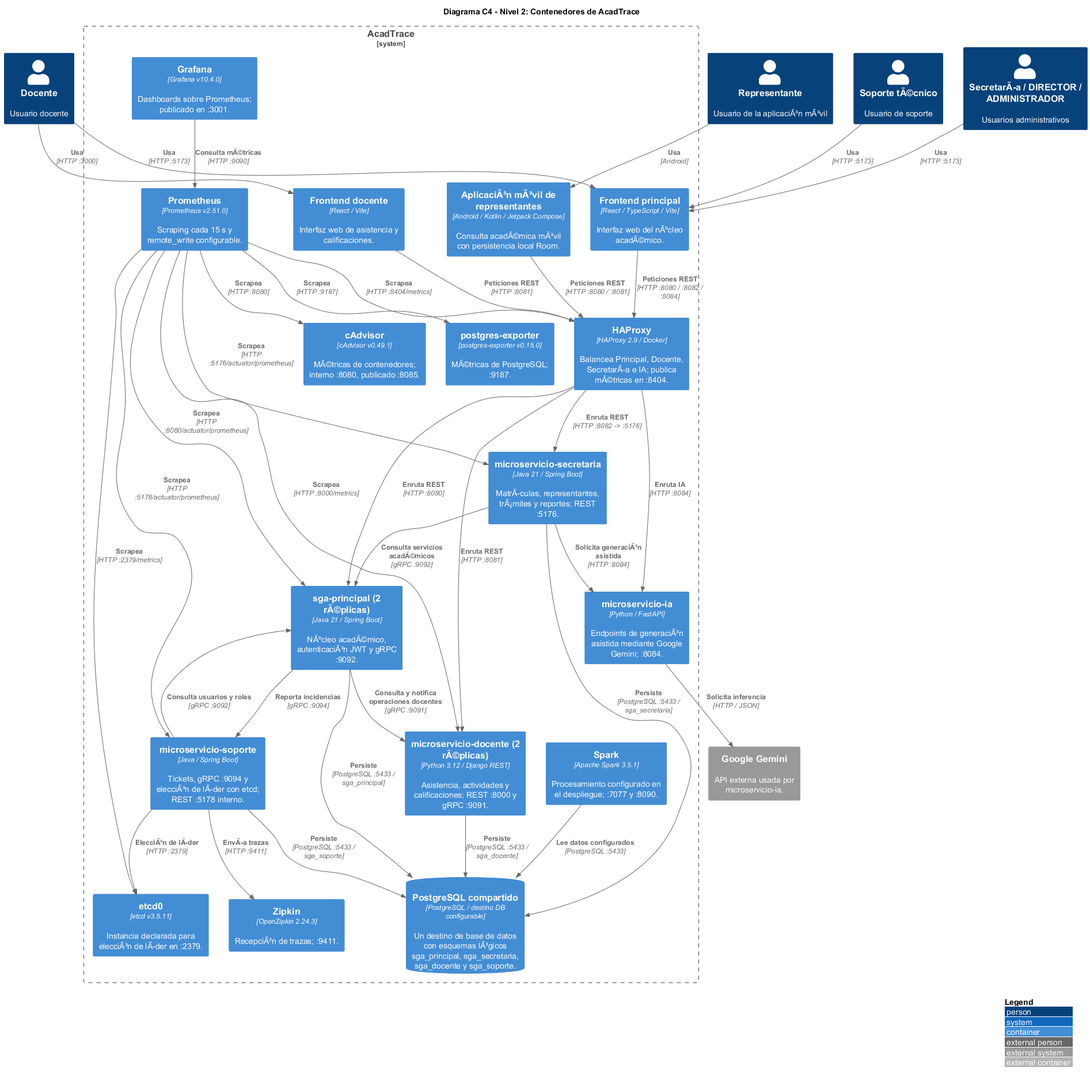
Above: Informe-E4_BCEL/c4_nivel2_contenedores.png in gleiston-guerrero/acadtrace (PlantUML), before the change. The source it was exported from:
```plantuml
@startuml C4_Nivel2_Contenedores
!include https://raw.githubusercontent.com/plantuml-stdlib/C4-PlantUML/v2.12.0/C4_Container.puml

LAYOUT_WITH_LEGEND()
title Diagrama C4 - Nivel 2: Contenedores de AcadTrace

Person(docente, "Docente", "Usuario docente")
Person(representante, "Representante", "Usuario de la aplicaciÃ³n mÃ³vil")
Person(administrativo, "SecretarÃ­a / DIRECTOR / ADMINISTRADOR", "Usuarios administrativos")
Person(soporte_usuario, "Soporte tÃ©cnico", "Usuario de soporte")

System_Boundary(acadtrace, "AcadTrace") {
    Container(app_movil, "AplicaciÃ³n mÃ³vil de representantes", "Android / Kotlin / Jetpack Compose", "Consulta acadÃ©mica mÃ³vil con persistencia local Room.")
    Container(web_principal, "Frontend principal", "React / TypeScript / Vite", "Interfaz web del nÃºcleo acadÃ©mico.")
    Container(web_docente, "Frontend docente", "React / Vite", "Interfaz web de asistencia y calificaciones.")
    Container(haproxy, "HAProxy", "HAProxy 2.9 / Docker", "Balancea Principal, Docente, SecretarÃ­a e IA; publica mÃ©tricas en :8404.")

    Container(sga_principal, "sga-principal (2 rÃ©plicas)", "Java 21 / Spring Boot", "NÃºcleo acadÃ©mico, autenticaciÃ³n JWT y gRPC :9092.")
    Container(ms_docente, "microservicio-docente (2 rÃ©plicas)", "Python 3.12 / Django REST", "Asistencia, actividades y calificaciones; REST :8000 y gRPC :9091.")
    Container(ms_secretaria, "microservicio-secretaria", "Java 21 / Spring Boot", "MatrÃ­culas, representantes, trÃ¡mites y reportes; REST :5176.")
    Container(ms_soporte, "microservicio-soporte", "Java / Spring Boot", "Tickets, gRPC :9094 y elecciÃ³n de lÃ­der con etcd; REST :5178 interno.")
    Container(ms_ia, "microservicio-ia", "Python / FastAPI", "Endpoints de generaciÃ³n asistida mediante Google Gemini; :8084.")

    ContainerDb(postgres, "PostgreSQL compartido", "PostgreSQL / destino DB configurable", "Un destino de base de datos con esquemas lÃ³gicos sga_principal, sga_secretaria, sga_docente y sga_soporte.")
    Container(etcd, "etcd0", "etcd v3.5.11", "Instancia declarada para elecciÃ³n de lÃ­der en :2379.")
    Container(prometheus, "Prometheus", "Prometheus v2.51.0", "Scraping cada 15 s y remote_write configurable.")
    Container(grafana, "Grafana", "Grafana v10.4.0", "Dashboards sobre Prometheus; publicado en :3001.")
    Container(cadvisor, "cAdvisor", "cAdvisor v0.49.1", "MÃ©tricas de contenedores; interno :8080, publicado :8085.")
    Container(postgres_exporter, "postgres-exporter", "postgres-exporter v0.15.0", "MÃ©tricas de PostgreSQL; :9187.")
    Container(zipkin, "Zipkin", "OpenZipkin 2.24.3", "RecepciÃ³n de trazas; :9411.")
    Container(spark, "Spark", "Apache Spark 3.5.1", "Procesamiento configurado en el despliegue; :7077 y :8090.")
}

System_Ext(gemini, "Google Gemini", "API externa usada por microservicio-ia.")

Rel(docente, web_principal, "Usa", "HTTP :5173")
Rel(docente, web_docente, "Usa", "HTTP :3000")
Rel(representante, app_movil, "Usa", "Android")
Rel(administrativo, web_principal, "Usa", "HTTP :5173")
Rel(soporte_usuario, web_principal, "Usa", "HTTP :5173")

Rel(app_movil, haproxy, "Peticiones REST", "HTTP :8080 / :8081")
Rel(web_principal, haproxy, "Peticiones REST", "HTTP :8080 / :8082 / :8084")
Rel(web_docente, haproxy, "Peticiones REST", "HTTP :8081")

Rel(haproxy, sga_principal, "Enruta REST", "HTTP :8080")
Rel(haproxy, ms_docente, "Enruta REST", "HTTP :8081")
Rel(haproxy, ms_secretaria, "Enruta REST", "HTTP :8082 -> :5176")
Rel(haproxy, ms_ia, "Enruta IA", "HTTP :8084")
Rel(ms_soporte, sga_principal, "Consulta usuarios y roles", "gRPC :9092")
Rel(sga_principal, ms_docente, "Consulta y notifica operaciones docentes", "gRPC :9091")
Rel(sga_principal, ms_soporte, "Reporta incidencias", "gRPC :9094")
Rel(ms_secretaria, sga_principal, "Consulta servicios acadÃ©micos", "gRPC :9092")
Rel(ms_secretaria, ms_ia, "Solicita generaciÃ³n asistida", "HTTP :8084")
Rel(ms_ia, gemini, "Solicita inferencia", "HTTP / JSON")

Rel(sga_principal, postgres, "Persiste", "PostgreSQL :5433 / sga_principal")
Rel(ms_secretaria, postgres, "Persiste", "PostgreSQL :5433 / sga_secretaria")
Rel(ms_docente, postgres, "Persiste", "PostgreSQL :5433 / sga_docente")
Rel(ms_soporte, postgres, "Persiste", "PostgreSQL :5433 / sga_soporte")
Rel(ms_soporte, etcd, "ElecciÃ³n de lÃ­der", "HTTP :2379")

Rel(prometheus, sga_principal, "Scrapea", "HTTP :8080/actuator/prometheus")
Rel(prometheus, ms_docente, "Scrapea", "HTTP :8000/metrics")
Rel(prometheus, ms_secretaria, "Scrapea", "HTTP :5176/actuator/prometheus")
Rel(prometheus, ms_soporte, "Scrapea", "HTTP :5178/actuator/prometheus")
Rel(prometheus, haproxy, "Scrapea", "HTTP :8404/metrics")
Rel(prometheus, etcd, "Scrapea", "HTTP :2379/metrics")
Rel(prometheus, cadvisor, "Scrapea", "HTTP :8080")
Rel(prometheus, postgres_exporter, "Scrapea", "HTTP :9187")
Rel(grafana, prometheus, "Consulta mÃ©tricas", "HTTP :9090")
Rel(ms_soporte, zipkin, "EnvÃ­a trazas", "HTTP :9411")
Rel(spark, postgres, "Lee datos configurados", "PostgreSQL :5433")

@enduml
```
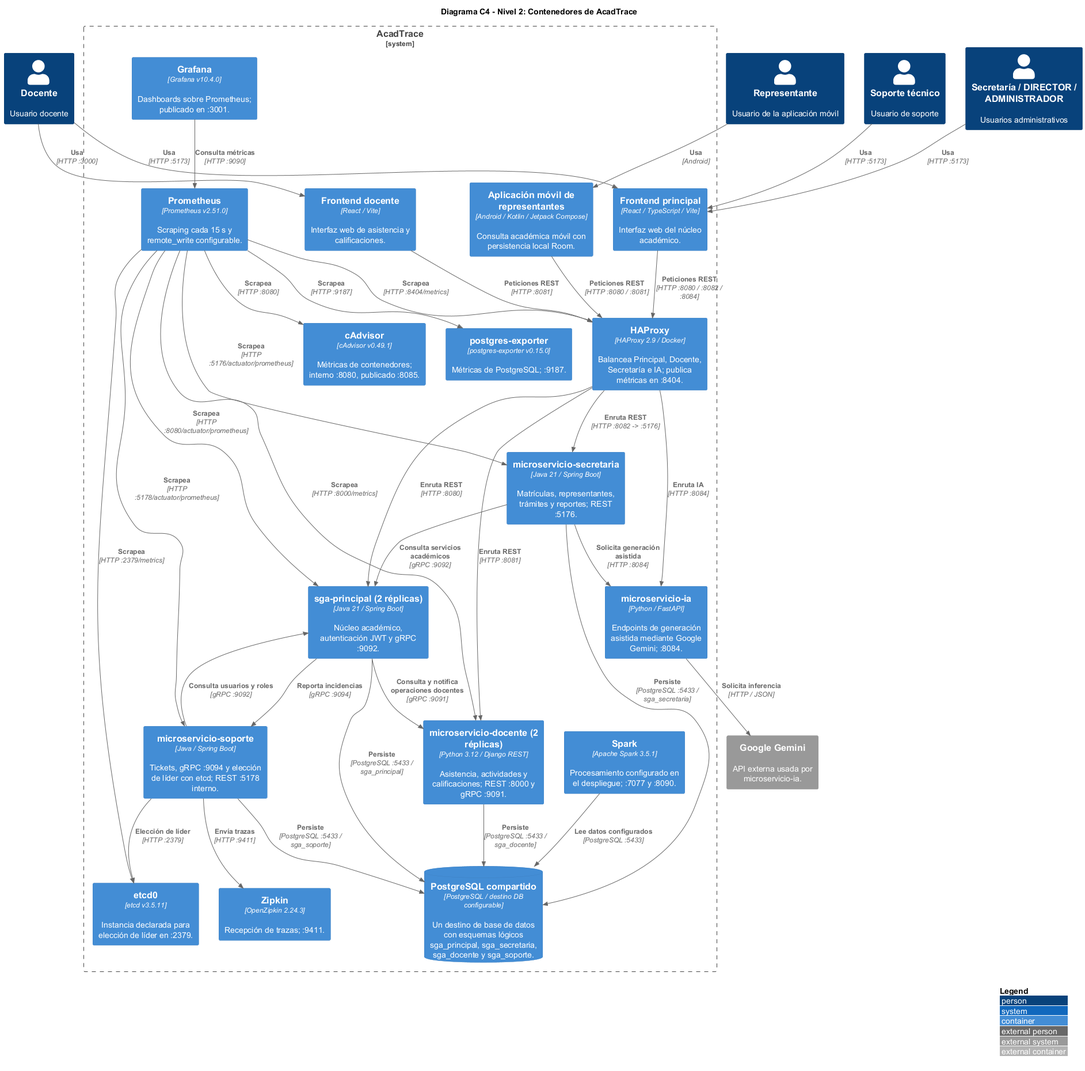
Above is the later version.

Diff of the diagram source:
```diff
@@ -5,29 +5,29 @@
 title Diagrama C4 - Nivel 2: Contenedores de AcadTrace
 
 Person(docente, "Docente", "Usuario docente")
-Person(representante, "Representante", "Usuario de la aplicaciÃ³n mÃ³vil")
-Person(administrativo, "SecretarÃ­a / DIRECTOR / ADMINISTRADOR", "Usuarios administrativos")
-Person(soporte_usuario, "Soporte tÃ©cnico", "Usuario de soporte")
+Person(representante, "Representante", "Usuario de la aplicación móvil")
+Person(administrativo, "Secretaría / DIRECTOR / ADMINISTRADOR", "Usuarios administrativos")
+Person(soporte_usuario, "Soporte técnico", "Usuario de soporte")
 
 System_Boundary(acadtrace, "AcadTrace") {
-    Container(app_movil, "AplicaciÃ³n mÃ³vil de representantes", "Android / Kotlin / Jetpack Compose", "Consulta acadÃ©mica mÃ³vil con persistencia local Room.")
-    Container(web_principal, "Frontend principal", "React / TypeScript / Vite", "Interfaz web del nÃºcleo acadÃ©mico.")
+    Container(app_movil, "Aplicación móvil de representantes", "Android / Kotlin / Jetpack Compose", "Consulta académica móvil con persistencia local Room.")
+    Container(web_principal, "Frontend principal", "React / TypeScript / Vite", "Interfaz web del núcleo académico.")
     Container(web_docente, "Frontend docente", "React / Vite", "Interfaz web de asistencia y calificaciones.")
-    Container(haproxy, "HAProxy", "HAProxy 2.9 / Docker", "Balancea Principal, Docente, SecretarÃ­a e IA; publica mÃ©tricas en :8404.")
+    Container(haproxy, "HAProxy", "HAProxy 2.9 / Docker", "Balancea Principal, Docente, Secretaría e IA; publica métricas en :8404.")
 
-    Container(sga_principal, "sga-principal (2 rÃ©plicas)", "Java 21 / Spring Boot", "NÃºcleo acadÃ©mico, autenticaciÃ³n JWT y gRPC :9092.")
-    Container(ms_docente, "microservicio-docente (2 rÃ©plicas)", "Python 3.12 / Django REST", "Asistencia, actividades y calificaciones; REST :8000 y gRPC :9091.")
-    Container(ms_secretaria, "microservicio-secretaria", "Java 21 / Spring Boot", "MatrÃ­culas, representantes, trÃ¡mites y reportes; REST :5176.")
-    Container(ms_soporte, "microservicio-soporte", "Java / Spring Boot", "Tickets, gRPC :9094 y elecciÃ³n de lÃ­der con etcd; REST :5178 interno.")
-    Container(ms_ia, "microservicio-ia", "Python / FastAPI", "Endpoints de generaciÃ³n asistida mediante Google Gemini; :8084.")
+    Container(sga_principal, "sga-principal (2 réplicas)", "Java 21 / Spring Boot", "Núcleo académico, autenticación JWT y gRPC :9092.")
+    Container(ms_docente, "microservicio-docente (2 réplicas)", "Python 3.12 / Django REST", "Asistencia, actividades y calificaciones; REST :8000 y gRPC :9091.")
+    Container(ms_secretaria, "microservicio-secretaria", "Java 21 / Spring Boot", "Matrículas, representantes, trámites y reportes; REST :5176.")
+    Container(ms_soporte, "microservicio-soporte", "Java / Spring Boot", "Tickets, gRPC :9094 y elección de líder con etcd; REST :5178 interno.")
+    Container(ms_ia, "microservicio-ia", "Python / FastAPI", "Endpoints de generación asistida mediante Google Gemini; :8084.")
 
-    ContainerDb(postgres, "PostgreSQL compartido", "PostgreSQL / destino DB configurable", "Un destino de base de datos con esquemas lÃ³gicos sga_principal, sga_secretaria, sga_docente y sga_soporte.")
-    Container(etcd, "etcd0", "etcd v3.5.11", "Instancia declarada para elecciÃ³n de lÃ­der en :2379.")
+    ContainerDb(postgres, "PostgreSQL compartido", "PostgreSQL / destino DB configurable", "Un destino de base de datos con esquemas lógicos sga_principal, sga_secretaria, sga_docente y sga_soporte.")
+    Container(etcd, "etcd0", "etcd v3.5.11", "Instancia declarada para elección de líder en :2379.")
     Container(prometheus, "Prometheus", "Prometheus v2.51.0", "Scraping cada 15 s y remote_write configurable.")
     Container(grafana, "Grafana", "Grafana v10.4.0", "Dashboards sobre Prometheus; publicado en :3001.")
-    Container(cadvisor, "cAdvisor", "cAdvisor v0.49.1", "MÃ©tricas de contenedores; interno :8080, publicado :8085.")
-    Container(postgres_exporter, "postgres-exporter", "postgres-exporter v0.15.0", "MÃ©tricas de PostgreSQL; :9187.")
-    Container(zipkin, "Zipkin", "OpenZipkin 2.24.3", "RecepciÃ³n de trazas; :9411.")
+    Container(cadvisor, "cAdvisor", "cAdvisor v0.49.1", "Métricas de contenedores; interno :8080, publicado :8085.")
+    Container(postgres_exporter, "postgres-exporter", "postgres-exporter v0.15.0", "Métricas de PostgreSQL; :9187.")
+    Container(zipkin, "Zipkin", "OpenZipkin 2.24.3", "Recepción de trazas; :9411.")
     Container(spark, "Spark", "Apache Spark 3.5.1", "Procesamiento configurado en el despliegue; :7077 y :8090.")
 }
 
@@ -50,15 +50,15 @@
 Rel(ms_soporte, sga_principal, "Consulta usuarios y roles", "gRPC :9092")
 Rel(sga_principal, ms_docente, "Consulta y notifica operaciones docentes", "gRPC :9091")
 Rel(sga_principal, ms_soporte, "Reporta incidencias", "gRPC :9094")
-Rel(ms_secretaria, sga_principal, "Consulta servicios acadÃ©micos", "gRPC :9092")
-Rel(ms_secretaria, ms_ia, "Solicita generaciÃ³n asistida", "HTTP :8084")
+Rel(ms_secretaria, sga_principal, "Consulta servicios académicos", "gRPC :9092")
+Rel(ms_secretaria, ms_ia, "Solicita generación asistida", "HTTP :8084")
 Rel(ms_ia, gemini, "Solicita inferencia", "HTTP / JSON")
 
 Rel(sga_principal, postgres, "Persiste", "PostgreSQL :5433 / sga_principal")
 Rel(ms_secretaria, postgres, "Persiste", "PostgreSQL :5433 / sga_secretaria")
 Rel(ms_docente, postgres, "Persiste", "PostgreSQL :5433 / sga_docente")
 Rel(ms_soporte, postgres, "Persiste", "PostgreSQL :5433 / sga_soporte")
-Rel(ms_soporte, etcd, "ElecciÃ³n de lÃ­der", "HTTP :2379")
+Rel(ms_soporte, etcd, "Elección de líder", "HTTP :2379")
 
 Rel(prometheus, sga_principal, "Scrapea", "HTTP :8080/actuator/prometheus")
 Rel(prometheus, ms_docente, "Scrapea", "HTTP :8000/metrics")
@@ -68,8 +68,8 @@
 Rel(prometheus, etcd, "Scrapea", "HTTP :2379/metrics")
 Rel(prometheus, cadvisor, "Scrapea", "HTTP :8080")
 Rel(prometheus, postgres_exporter, "Scrapea", "HTTP :9187")
-Rel(grafana, prometheus, "Consulta mÃ©tricas", "HTTP :9090")
-Rel(ms_soporte, zipkin, "EnvÃ­a trazas", "HTTP :9411")
+Rel(grafana, prometheus, "Consulta métricas", "HTTP :9090")
+Rel(ms_soporte, zipkin, "Envía trazas", "HTTP :9411")
 Rel(spark, postgres, "Lee datos configurados", "PostgreSQL :5433")
 
 @enduml
```
